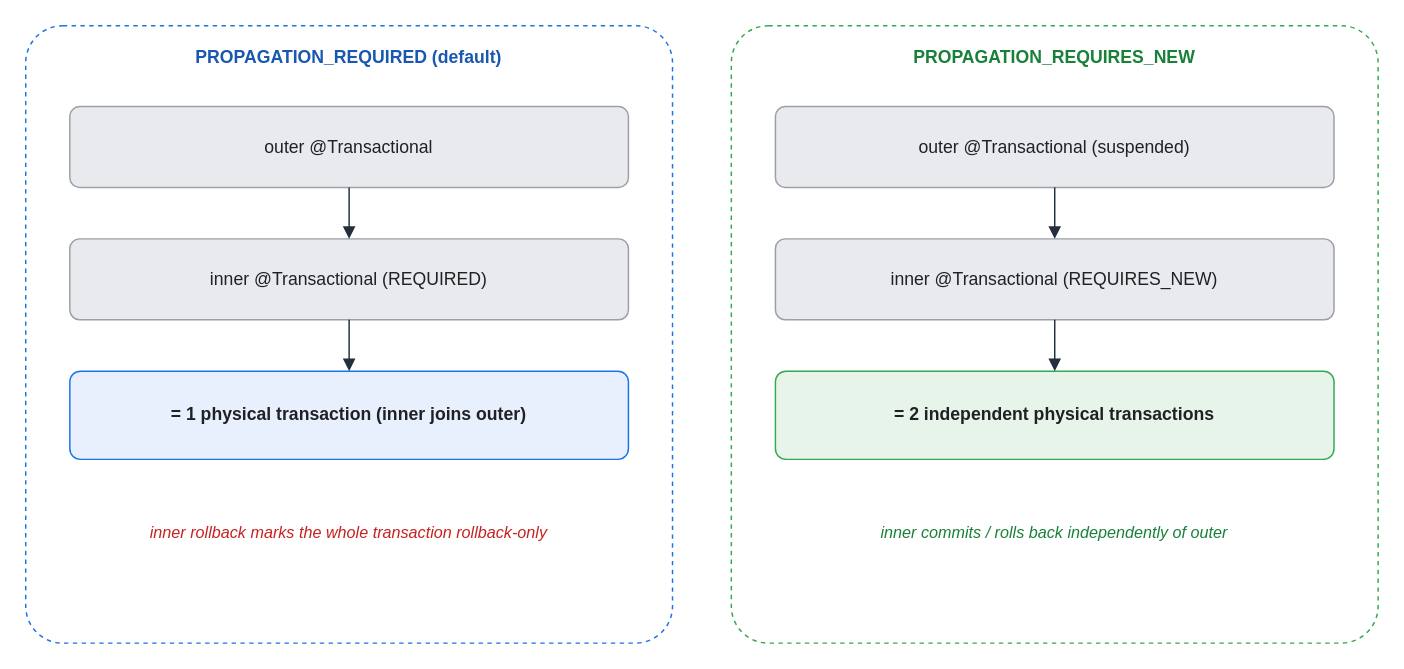
Earlier version of the draw.io diagram assets/img/spring/spring-18-propagation.drawio (KKamJi98/kkamji98.github.io). Source tidied: cells renumbered, new cells numbered last; positions are measured from the earlier drawing's top-left corner, leaving out a move shared by most shapes. Both pictures are drawn from the tidied source at 147%, with x=0, y=0 at pixel (25, 25).
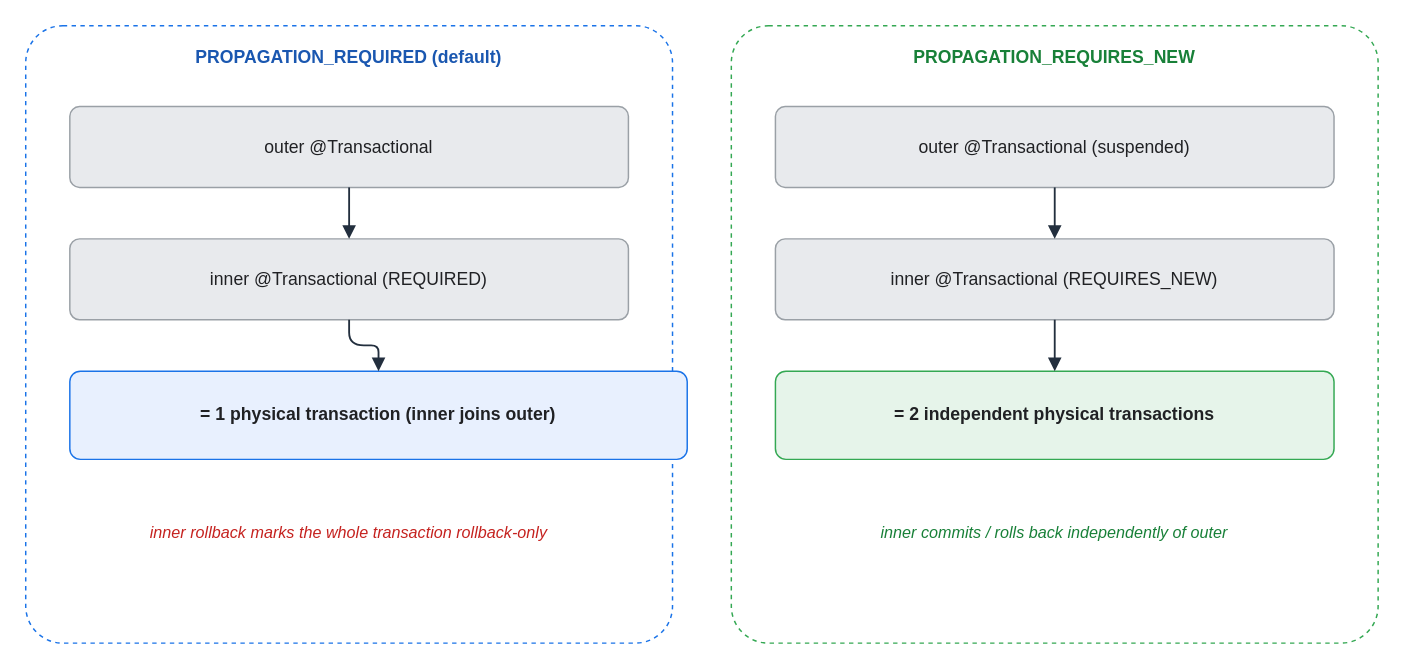
After the change.

What changed in the source:
```diff
@@
 <mxGraphModel background="#FFFFFF">
   <root>
     <mxCell id="0" />
     <mxCell id="1" parent="0" />
-    <mxCell id="2" value="PROPAGATION_REQUIRED (default)" style="rounded=1;whiteSpace=wrap;html=1;arcSize=6;shadow=0;fillColor=#FFFFFF;strokeColor=#1A73E8;fontColor=#1A57B0;fontStyle=1;verticalAlign=top;align=center;dashed=1;spacingTop=8;" parent="1" vertex="1">
+    <mxCell id="2" value="PROPAGATION_REQUIRED (default)" style="rounded=1;whiteSpace=wrap;html=0;arcSize=6;shadow=0;fillColor=#FFFFFF;strokeColor=#1A73E8;fontColor=#1A57B0;fontStyle=1;verticalAlign=top;align=center;dashed=1;spacingTop=8;" parent="1" vertex="1">
       <mxGeometry width="440" height="420" as="geometry" />
     </mxCell>
-    <mxCell id="3" value="outer @Transactional" style="rounded=1;whiteSpace=wrap;html=1;arcSize=12;shadow=0;fillColor=#E8EAED;strokeColor=#9AA0A6;fontColor=#202124;" parent="1" vertex="1">
+    <mxCell id="3" value="outer @Transactional" style="rounded=1;whiteSpace=wrap;html=0;arcSize=12;shadow=0;fillColor=#E8EAED;strokeColor=#9AA0A6;fontColor=#202124;" parent="1" vertex="1">
       <mxGeometry x="30" y="55" width="380" height="55" as="geometry" />
     </mxCell>
-    <mxCell id="4" value="inner @Transactional (REQUIRED)" style="rounded=1;whiteSpace=wrap;html=1;arcSize=12;shadow=0;fillColor=#E8EAED;strokeColor=#9AA0A6;fontColor=#202124;" parent="1" vertex="1">
+    <mxCell id="4" value="inner @Transactional (REQUIRED)" style="rounded=1;whiteSpace=wrap;html=0;arcSize=12;shadow=0;fillColor=#E8EAED;strokeColor=#9AA0A6;fontColor=#202124;" parent="1" vertex="1">
       <mxGeometry x="30" y="145" width="380" height="55" as="geometry" />
     </mxCell>
-    <mxCell id="5" value="= 1 physical transaction (inner joins outer)" style="rounded=1;whiteSpace=wrap;html=1;arcSize=12;shadow=0;fillColor=#E8F0FE;strokeColor=#1A73E8;fontColor=#202124;fontStyle=1;" parent="1" vertex="1">
-      <mxGeometry x="30" y="235" width="380" height="60" as="geometry" />
+    <mxCell id="5" value="= 1 physical transaction (inner joins outer)" style="rounded=1;whiteSpace=wrap;html=0;arcSize=12;shadow=0;fillColor=#E8F0FE;strokeColor=#1A73E8;fontColor=#202124;fontStyle=1;" parent="1" vertex="1">
+      <mxGeometry x="30" y="235" width="420" height="60" as="geometry" />
     </mxCell>
-    <mxCell id="6" value="inner rollback marks the whole transaction rollback-only" style="text;html=1;align=center;verticalAlign=middle;whiteSpace=wrap;fontSize=11;fontColor=#C5221F;fontStyle=2;" parent="1" vertex="1">
+    <mxCell id="6" value="inner rollback marks the whole transaction rollback-only" style="text;html=0;align=center;verticalAlign=middle;whiteSpace=wrap;fontSize=11;fontColor=#C5221F;fontStyle=2;" parent="1" vertex="1">
       <mxGeometry x="30" y="325" width="380" height="40" as="geometry" />
     </mxCell>
-    <mxCell id="7" value="PROPAGATION_REQUIRES_NEW" style="rounded=1;whiteSpace=wrap;html=1;arcSize=6;shadow=0;fillColor=#FFFFFF;strokeColor=#34A853;fontColor=#188038;fontStyle=1;verticalAlign=top;align=center;dashed=1;spacingTop=8;" parent="1" vertex="1">
+    <mxCell id="7" value="PROPAGATION_REQUIRES_NEW" style="rounded=1;whiteSpace=wrap;html=0;arcSize=6;shadow=0;fillColor=#FFFFFF;strokeColor=#34A853;fontColor=#188038;fontStyle=1;verticalAlign=top;align=center;dashed=1;spacingTop=8;" parent="1" vertex="1">
       <mxGeometry x="480" width="440" height="420" as="geometry" />
     </mxCell>
-    <mxCell id="8" value="outer @Transactional (suspended)" style="rounded=1;whiteSpace=wrap;html=1;arcSize=12;shadow=0;fillColor=#E8EAED;strokeColor=#9AA0A6;fontColor=#202124;" parent="1" vertex="1">
+    <mxCell id="8" value="outer @Transactional (suspended)" style="rounded=1;whiteSpace=wrap;html=0;arcSize=12;shadow=0;fillColor=#E8EAED;strokeColor=#9AA0A6;fontColor=#202124;" parent="1" vertex="1">
       <mxGeometry x="510" y="55" width="380" height="55" as="geometry" />
     </mxCell>
-    <mxCell id="9" value="inner @Transactional (REQUIRES_NEW)" style="rounded=1;whiteSpace=wrap;html=1;arcSize=12;shadow=0;fillColor=#E8EAED;strokeColor=#9AA0A6;fontColor=#202124;" parent="1" vertex="1">
+    <mxCell id="9" value="inner @Transactional (REQUIRES_NEW)" style="rounded=1;whiteSpace=wrap;html=0;arcSize=12;shadow=0;fillColor=#E8EAED;strokeColor=#9AA0A6;fontColor=#202124;" parent="1" vertex="1">
       <mxGeometry x="510" y="145" width="380" height="55" as="geometry" />
     </mxCell>
-    <mxCell id="10" value="= 2 independent physical transactions" style="rounded=1;whiteSpace=wrap;html=1;arcSize=12;shadow=0;fillColor=#E6F4EA;strokeColor=#34A853;fontColor=#202124;fontStyle=1;" parent="1" vertex="1">
+    <mxCell id="10" value="= 2 independent physical transactions" style="rounded=1;whiteSpace=wrap;html=0;arcSize=12;shadow=0;fillColor=#E6F4EA;strokeColor=#34A853;fontColor=#202124;fontStyle=1;" parent="1" vertex="1">
       <mxGeometry x="510" y="235" width="380" height="60" as="geometry" />
     </mxCell>
-    <mxCell id="11" value="inner commits / rolls back independently of outer" style="text;html=1;align=center;verticalAlign=middle;whiteSpace=wrap;fontSize=11;fontColor=#188038;fontStyle=2;" parent="1" vertex="1">
+    <mxCell id="11" value="inner commits / rolls back independently of outer" style="text;html=0;align=center;verticalAlign=middle;whiteSpace=wrap;fontSize=11;fontColor=#188038;fontStyle=2;" parent="1" vertex="1">
       <mxGeometry x="510" y="325" width="380" height="40" as="geometry" />
     </mxCell>
-    <mxCell id="12" style="edgeStyle=orthogonalEdgeStyle;rounded=1;html=1;endArrow=block;strokeColor=#232F3E;" parent="1" edge="1" source="3" target="4">
+    <mxCell id="12" style="edgeStyle=orthogonalEdgeStyle;rounded=1;html=0;endArrow=block;strokeColor=#232F3E;strokeWidth=1.25;" parent="1" edge="1" source="3" target="4">
       <mxGeometry relative="1" as="geometry" />
     </mxCell>
-    <mxCell id="13" style="edgeStyle=orthogonalEdgeStyle;rounded=1;html=1;endArrow=block;strokeColor=#232F3E;" parent="1" edge="1" source="4" target="5">
+    <mxCell id="13" style="edgeStyle=orthogonalEdgeStyle;rounded=1;html=0;endArrow=block;strokeColor=#232F3E;strokeWidth=1.25;" parent="1" edge="1" source="4" target="5">
       <mxGeometry relative="1" as="geometry" />
     </mxCell>
-    <mxCell id="14" style="edgeStyle=orthogonalEdgeStyle;rounded=1;html=1;endArrow=block;strokeColor=#232F3E;" parent="1" edge="1" source="8" target="9">
+    <mxCell id="14" style="edgeStyle=orthogonalEdgeStyle;rounded=1;html=0;endArrow=block;strokeColor=#232F3E;strokeWidth=1.25;" parent="1" edge="1" source="8" target="9">
       <mxGeometry relative="1" as="geometry" />
     </mxCell>
-    <mxCell id="15" style="edgeStyle=orthogonalEdgeStyle;rounded=1;html=1;endArrow=block;strokeColor=#232F3E;" parent="1" edge="1" source="9" target="10">
+    <mxCell id="15" style="edgeStyle=orthogonalEdgeStyle;rounded=1;html=0;endArrow=block;strokeColor=#232F3E;strokeWidth=1.25;" parent="1" edge="1" source="9" target="10">
       <mxGeometry relative="1" as="geometry" />
     </mxCell>
   </root>
 </mxGraphModel>
```
